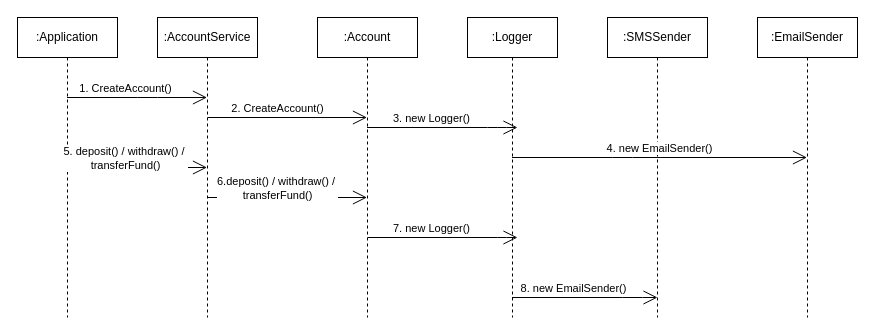
Before: ASD_Lab2_sequence_diagram.drawio in niick7/ASD_Lab2, a draw.io diagram. Source tidied: cells renumbered, new cells numbered last; positions are measured from the earlier drawing's top-left corner, leaving out a move shared by most shapes. Both pictures are drawn from the tidied source at 100%, with x=0, y=0 at pixel (17, 17).
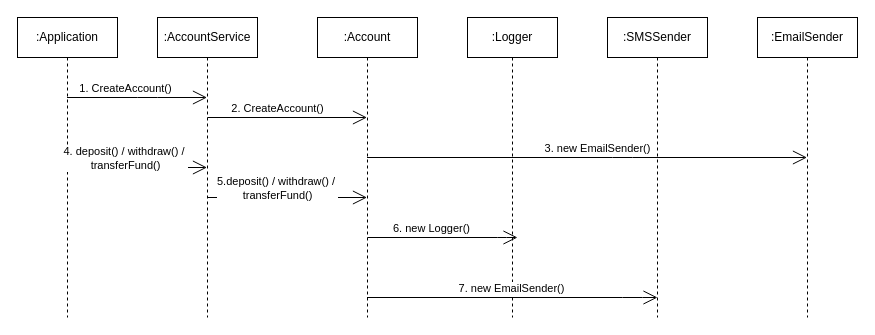
The same diagram, later.

The change refers to these unchanged cells:
```xml
<mxCell id="4" value=":Account" style="shape=umlLifeline;perimeter=lifelinePerimeter;whiteSpace=wrap;html=1;outlineConnect=0;fontColor=#000000;" parent="1" vertex="1">
  <mxGeometry x="300" width="100" height="300" as="geometry" />
</mxCell>
<mxCell id="5" value=":Logger" style="shape=umlLifeline;perimeter=lifelinePerimeter;whiteSpace=wrap;html=1;outlineConnect=0;fontColor=#000000;" parent="1" vertex="1">
  <mxGeometry x="450" width="90" height="300" as="geometry" />
</mxCell>
<mxCell id="7" value=":EmailSender" style="shape=umlLifeline;perimeter=lifelinePerimeter;whiteSpace=wrap;html=1;outlineConnect=0;fontColor=#000000;" parent="1" vertex="1">
  <mxGeometry x="740" width="100" height="300" as="geometry" />
</mxCell>
<mxCell id="16" style="endArrow=open;endFill=1;endSize=12;html=1;" parent="1" edge="1" source="2" target="3">
  <mxGeometry relative="1" as="geometry" />
</mxCell>
<mxCell id="18" style="endArrow=open;endFill=1;endSize=12;html=1;" parent="1" edge="1" target="4">
  <mxGeometry relative="1" as="geometry">
    <mxPoint x="190" y="180" as="sourcePoint" />
  </mxGeometry>
</mxCell>
<mxCell id="20" style="endArrow=open;endFill=1;endSize=12;html=1;" parent="1" edge="1">
  <mxGeometry relative="1" as="geometry">
    <mxPoint x="350" y="220" as="sourcePoint" />
    <mxPoint x="500" y="220" as="targetPoint" />
    <Array as="points">
      <mxPoint x="480.5" y="220" />
    </Array>
  </mxGeometry>
</mxCell>
```

What changed in the source:
```diff
@@
-    <mxCell id="12" style="endArrow=open;endFill=1;endSize=12;html=1;" parent="1" edge="1" source="4">
-      <mxGeometry relative="1" as="geometry">
-        <mxPoint x="500" y="110" as="targetPoint" />
-        <Array as="points">
-          <mxPoint x="480" y="110" />
-        </Array>
-      </mxGeometry>
-    </mxCell>
-    <mxCell id="13" value="3. new Logger()" style="edgeLabel;html=1;align=center;verticalAlign=middle;" parent="12" vertex="1">
-      <mxGeometry x="0.15" y="-23" relative="1" as="geometry">
-        <mxPoint x="-23" y="-33" as="offset" />
-      </mxGeometry>
-    </mxCell>
-    <mxCell id="14" style="endArrow=open;endFill=1;endSize=12;html=1;" parent="1" edge="1" source="5" target="7">
+    <mxCell id="14" style="endArrow=open;endFill=1;endSize=12;html=1;" parent="1" edge="1" source="4" target="7">
       <mxGeometry relative="1" as="geometry">
         <Array as="points">
           <mxPoint x="605" y="140" />
         </Array>
       </mxGeometry>
     </mxCell>
-    <mxCell id="15" value="4. new EmailSender()" style="edgeLabel;html=1;align=center;verticalAlign=middle;" parent="14" vertex="1">
+    <mxCell id="15" value="3. new EmailSender()" style="edgeLabel;html=1;align=center;verticalAlign=middle;" parent="14" vertex="1">
       <mxGeometry x="0.15" y="-23" relative="1" as="geometry">
         <mxPoint x="-23" y="-33" as="offset" />
       </mxGeometry>
     </mxCell>
@@
-    <mxCell id="17" value="5. deposit() / withdraw() /&amp;nbsp;&lt;br&gt;transferFund()" style="edgeLabel;html=1;align=center;verticalAlign=middle;" parent="16" vertex="1">
+    <mxCell id="17" value="4. deposit() / withdraw() /&amp;nbsp;&lt;br&gt;transferFund()" style="edgeLabel;html=1;align=center;verticalAlign=middle;" parent="16" vertex="1">
       <mxGeometry x="0.15" y="-23" relative="1" as="geometry">
         <mxPoint x="-23" y="-33" as="offset" />
       </mxGeometry>
     </mxCell>
@@
-    <mxCell id="19" value="6.deposit() / withdraw() /&amp;nbsp;&lt;br&gt;transferFund()" style="edgeLabel;html=1;align=center;verticalAlign=middle;" parent="18" vertex="1">
+    <mxCell id="19" value="5.deposit() / withdraw() /&amp;nbsp;&lt;br&gt;transferFund()" style="edgeLabel;html=1;align=center;verticalAlign=middle;" parent="18" vertex="1">
       <mxGeometry x="0.15" y="-23" relative="1" as="geometry">
         <mxPoint x="-23" y="-33" as="offset" />
       </mxGeometry>
     </mxCell>
@@
-    <mxCell id="21" value="7. new Logger()" style="edgeLabel;html=1;align=center;verticalAlign=middle;" parent="20" vertex="1">
+    <mxCell id="21" value="6. new Logger()" style="edgeLabel;html=1;align=center;verticalAlign=middle;" parent="20" vertex="1">
       <mxGeometry x="0.15" y="-23" relative="1" as="geometry">
         <mxPoint x="-23" y="-33" as="offset" />
       </mxGeometry>
     </mxCell>
-    <mxCell id="22" style="endArrow=open;endFill=1;endSize=12;html=1;" parent="1" edge="1" source="5">
+    <mxCell id="22" style="endArrow=open;endFill=1;endSize=12;html=1;" parent="1" edge="1" source="4">
       <mxGeometry relative="1" as="geometry">
         <mxPoint x="640" y="280" as="targetPoint" />
         <Array as="points">
           <mxPoint x="615" y="280" />
         </Array>
       </mxGeometry>
     </mxCell>
-    <mxCell id="23" value="8. new EmailSender()" style="edgeLabel;html=1;align=center;verticalAlign=middle;" parent="22" vertex="1">
+    <mxCell id="23" value="7. new EmailSender()" style="edgeLabel;html=1;align=center;verticalAlign=middle;" parent="22" vertex="1">
       <mxGeometry x="0.15" y="-23" relative="1" as="geometry">
         <mxPoint x="-23" y="-33" as="offset" />
       </mxGeometry>
     </mxCell>
```
